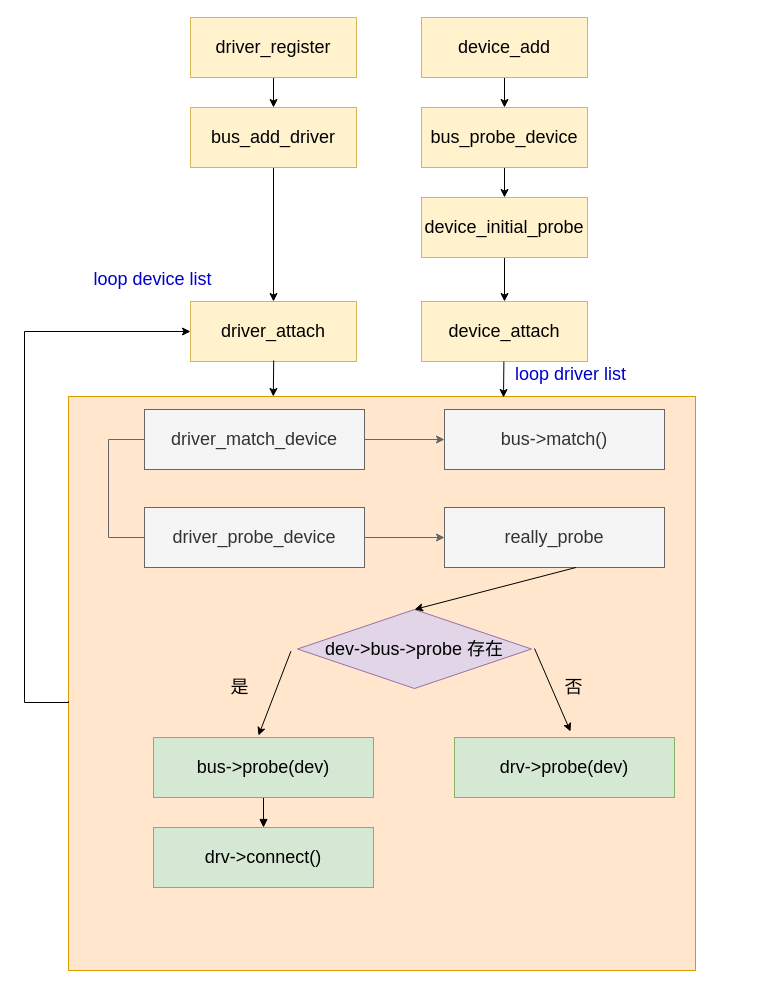
kendall-cpp/kendall-simple-vim keeps this draw.io diagram as page "驱动架构" (5 of 6) of docs/workSpacePic/linux内核和驱动.drawio. Above is the earlier version. Source tidied: cells renumbered, new cells numbered last; positions are measured from the earlier drawing's top-left corner, leaving out a move shared by most shapes. Both pictures are drawn from the tidied source at 100%, with x=0, y=0 at pixel (24, 17).
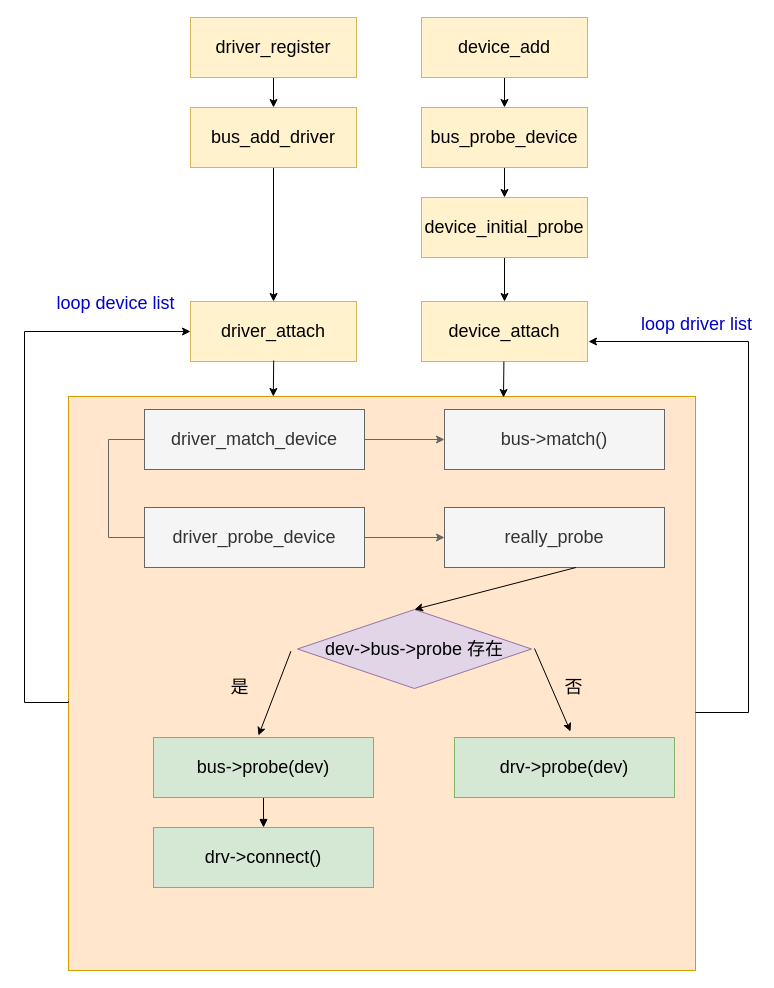
The same page after the edit.

The change refers to these unchanged cells:
```xml
<mxCell id="2" style="rounded=0;whiteSpace=wrap;html=1;fontSize=18;fillColor=#ffe6cc;strokeColor=#d79b00;" parent="1" vertex="1">
  <mxGeometry x="44" y="379" width="627" height="574" as="geometry" />
</mxCell>
```

Change to the diagram source:
```diff
@@
     <mxCell id="34" value="&lt;font color=&quot;#0000cc&quot;&gt;loop driver list&lt;/font&gt;" style="text;html=1;align=center;verticalAlign=middle;strokeColor=none;fillColor=none;fontSize=18;" parent="1" vertex="1">
-      <mxGeometry x="485" y="344" width="121" height="26" as="geometry" />
+      <mxGeometry x="611" y="294" width="121" height="26" as="geometry" />
     </mxCell>
     <mxCell id="35" value="&lt;font color=&quot;#0000cc&quot;&gt;loop device list&lt;/font&gt;" style="text;html=1;align=center;verticalAlign=middle;strokeColor=none;fillColor=none;fontSize=18;" parent="1" vertex="1">
-      <mxGeometry x="64" y="249" width="128" height="26" as="geometry" />
+      <mxGeometry x="27" y="273" width="128" height="26" as="geometry" />
     </mxCell>
@@
+    <mxCell id="37" style="edgeStyle=orthogonalEdgeStyle;rounded=0;jettySize=auto;html=1;fontSize=18;" parent="1" edge="1" source="2">
+      <mxGeometry relative="1" as="geometry">
+        <mxPoint x="564" y="324" as="targetPoint" />
+        <Array as="points">
+          <mxPoint x="724" y="695" />
+          <mxPoint x="724" y="324" />
+        </Array>
+      </mxGeometry>
+    </mxCell>
```
